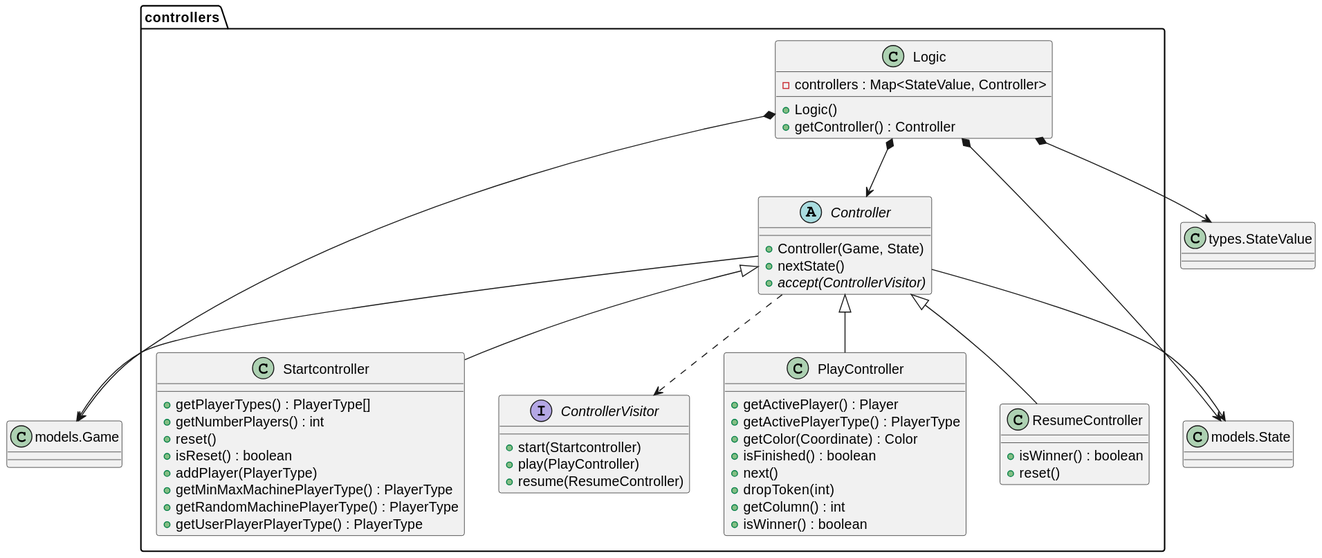
This is out/connect4/Docs/diagrams/src/packages/connect4.connect4.controllers/connect4.connect4.controllers.svg from js-rom/connect4, a PlantUML export, as it was before one commit.
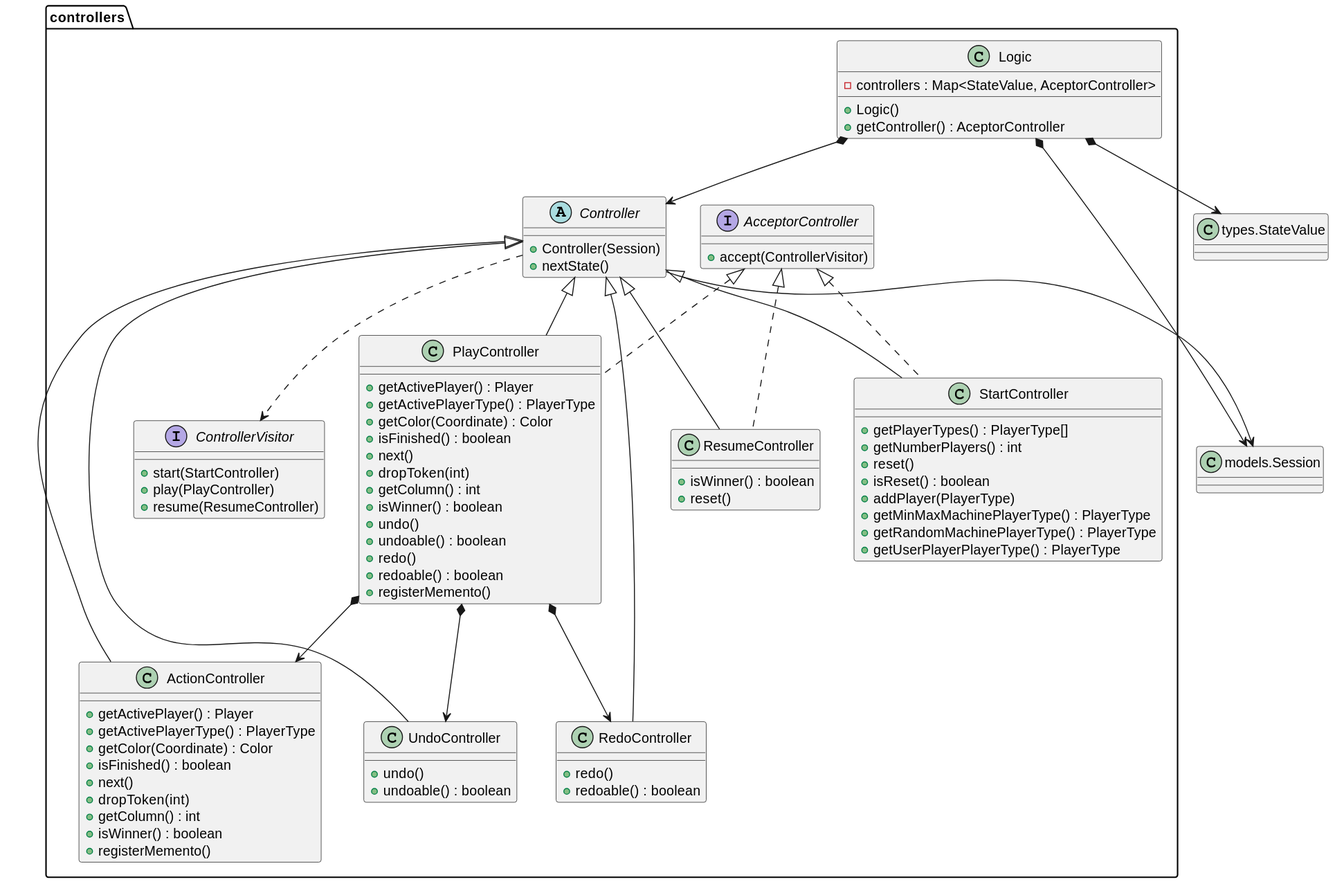
The same diagram one commit later.

The edit, as a diff of the source:
```diff
@@ -1,17 +1,20 @@
 @startuml
+interface controllers.AcceptorController {
+    +accept(ControllerVisitor)
+}
+
 class controllers.Logic {
-    -controllers : Map<StateValue, Controller>
+    -controllers : Map<StateValue, AceptorController>
     +Logic()
-    +getController() : Controller
+    +getController() : AceptorController
 }
 
 abstract class controllers.Controller {
-    +Controller(Game, State)
+    +Controller(Session)
     +nextState()
-    + {abstract} accept(ControllerVisitor)
 }
 
-class controllers.Startcontroller {
+class controllers.StartController {
 
     +getPlayerTypes() : PlayerType[]
     +getNumberPlayers() : int
@@ -24,7 +27,7 @@
 }
 
 interface controllers.ControllerVisitor {
-    +start(Startcontroller)
+    +start(StartController)
     +play(PlayController)
     +resume(ResumeController)
 }
@@ -38,28 +41,63 @@
     +dropToken(int)
     +getColumn() : int
     +isWinner() : boolean
+    +undo()
+    +undoable() : boolean
+    +redo()
+    +redoable() : boolean
+    +registerMemento()
 }
+
+class controllers.ActionController{
+    +getActivePlayer() : Player
+    +getActivePlayerType() : PlayerType
+    +getColor(Coordinate) : Color
+    +isFinished() : boolean
+    +next()
+    +dropToken(int)
+    +getColumn() : int
+    +isWinner() : boolean
+    +registerMemento()
+}
+
+class controllers.UndoController{
+    +undo()
+    +undoable() : boolean
+}
+
+class controllers.RedoController{
+    +redo()
+    +redoable() : boolean
+}
+
 class controllers.ResumeController{
     +isWinner() : boolean
     +reset()
 }
 
-class Game as "models.Game"
-class State as "models.State"
+class Session as "models.Session"
 class StateValue as "types.StateValue"
 
 
 
 Controller ..> ControllerVisitor
-Controller <|-- Startcontroller
+Controller <|-- StartController
 Controller <|-- PlayController
+Controller <|-- ActionController
+Controller <|-- UndoController
+Controller <|-- RedoController
 Controller <|-- ResumeController
+AcceptorController <|.. StartController
+AcceptorController <|.. PlayController
+AcceptorController <|.. ResumeController
 
-Logic *--> Game
-Logic *--> State
+Logic *--> Session
 Logic *--> Controller
 Logic *--> StateValue
 
-Controller --> Game
-Controller --> State
+Controller --> Session
+
+PlayController *--> ActionController
+PlayController *--> UndoController
+PlayController *--> RedoController
 @enduml
```
